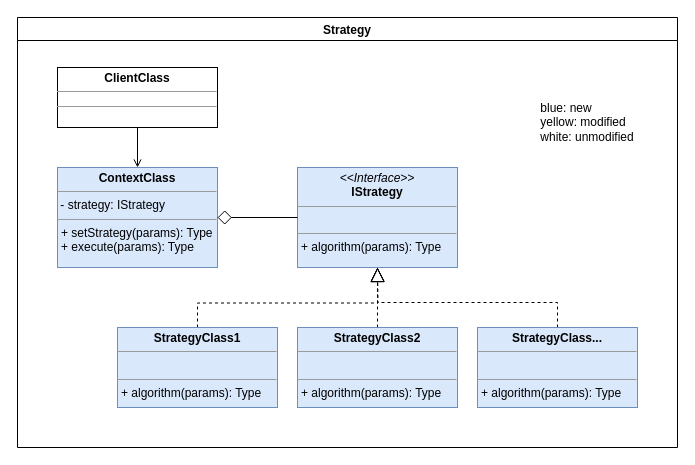
Earlier version of the draw.io diagram page "Behavioral" (3 of 3) of uploads/DesignPatternDiagrams.drawio (LuisCarlosRojasTorres/NetCore-DesignPatterns). Source tidied: cells renumbered, new cells numbered last; positions are measured from the earlier drawing's top-left corner, leaving out a move shared by most shapes. Both pictures are drawn from the tidied source at 100%, with x=0, y=0 at pixel (17, 17).
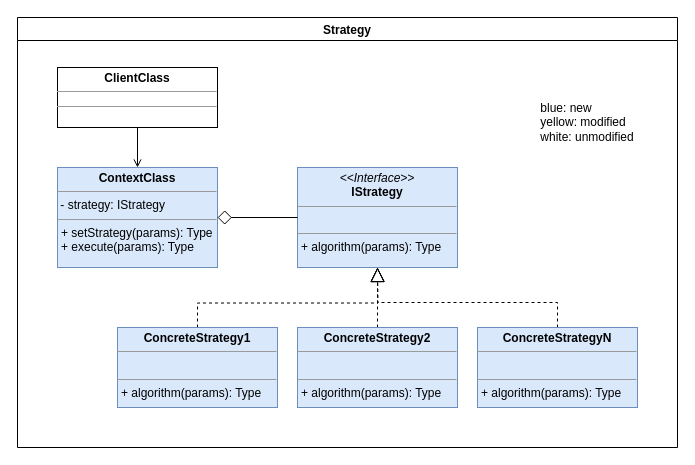
Above is the later version.

Commit message (it also covers changes not shown here):
Strategy Design Pattern

Diff of the diagram source:
```diff
@@
 <mxGraphModel>
   <root>
     <mxCell id="0" />
     <mxCell id="1" parent="0" />
     <mxCell id="2" value="Strategy" style="swimlane;" parent="1" vertex="1">
       <mxGeometry width="660" height="430" as="geometry" />
     </mxCell>
     <mxCell id="3" value="&lt;p style=&quot;margin:0px;margin-top:4px;text-align:center;&quot;&gt;&lt;i&gt;&amp;lt;&amp;lt;Interface&amp;gt;&amp;gt;&lt;/i&gt;&lt;br&gt;&lt;b&gt;IStrategy&lt;/b&gt;&lt;/p&gt;&lt;hr size=&quot;1&quot;&gt;&lt;p style=&quot;margin:0px;margin-left:4px;&quot;&gt;&amp;nbsp;&amp;nbsp;&lt;/p&gt;&lt;hr size=&quot;1&quot;&gt;&lt;p style=&quot;margin:0px;margin-left:4px;&quot;&gt;+ algorithm(params): Type&lt;br&gt;&lt;br&gt;&lt;/p&gt;" style="verticalAlign=top;align=left;overflow=fill;fontSize=12;fontFamily=Helvetica;html=1;fillColor=#dae8fc;strokeColor=#6c8ebf;" parent="2" vertex="1">
       <mxGeometry x="280" y="150" width="160" height="100" as="geometry" />
     </mxCell>
     <mxCell id="4" style="edgeStyle=orthogonalEdgeStyle;rounded=0;jettySize=auto;html=1;exitX=0.5;exitY=0;exitDx=0;exitDy=0;dashed=1;endArrow=block;endFill=0;startSize=6;endSize=12;fillColor=#dae8fc;strokeColor=#000000;" parent="2" edge="1" source="5">
       <mxGeometry relative="1" as="geometry">
         <mxPoint x="360" y="250" as="targetPoint" />
       </mxGeometry>
     </mxCell>
-    <mxCell id="5" value="&lt;p style=&quot;margin:0px;margin-top:4px;text-align:center;&quot;&gt;&lt;b&gt;StrategyClass1&lt;/b&gt;&lt;/p&gt;&lt;hr size=&quot;1&quot;&gt;&lt;p style=&quot;margin:0px;margin-left:4px;&quot;&gt;&amp;nbsp;&amp;nbsp;&lt;/p&gt;&lt;hr size=&quot;1&quot;&gt;&lt;p style=&quot;margin:0px;margin-left:4px;&quot;&gt;+ algorithm(params): Type&lt;br&gt;&lt;br&gt;&lt;/p&gt;" style="verticalAlign=top;align=left;overflow=fill;fontSize=12;fontFamily=Helvetica;html=1;fillColor=#dae8fc;strokeColor=#6c8ebf;" parent="2" vertex="1">
+    <mxCell id="5" value="&lt;p style=&quot;margin:0px;margin-top:4px;text-align:center;&quot;&gt;&lt;b&gt;ConcreteStrategy1&lt;/b&gt;&lt;/p&gt;&lt;hr size=&quot;1&quot;&gt;&lt;p style=&quot;margin:0px;margin-left:4px;&quot;&gt;&amp;nbsp;&amp;nbsp;&lt;/p&gt;&lt;hr size=&quot;1&quot;&gt;&lt;p style=&quot;margin:0px;margin-left:4px;&quot;&gt;+ algorithm(params): Type&lt;br&gt;&lt;br&gt;&lt;/p&gt;" style="verticalAlign=top;align=left;overflow=fill;fontSize=12;fontFamily=Helvetica;html=1;fillColor=#dae8fc;strokeColor=#6c8ebf;" parent="2" vertex="1">
       <mxGeometry x="100" y="310" width="160" height="80" as="geometry" />
     </mxCell>
     <mxCell id="6" style="edgeStyle=orthogonalEdgeStyle;rounded=0;jettySize=auto;html=1;exitX=0.5;exitY=0;exitDx=0;exitDy=0;dashed=1;endArrow=block;endFill=0;startSize=6;endSize=12;fillColor=#dae8fc;strokeColor=#000000;" parent="2" edge="1" source="7" target="3">
       <mxGeometry relative="1" as="geometry" />
     </mxCell>
-    <mxCell id="7" value="&lt;p style=&quot;margin:0px;margin-top:4px;text-align:center;&quot;&gt;&lt;b&gt;StrategyClass2&lt;/b&gt;&lt;/p&gt;&lt;hr size=&quot;1&quot;&gt;&lt;p style=&quot;margin:0px;margin-left:4px;&quot;&gt;&amp;nbsp;&amp;nbsp;&lt;/p&gt;&lt;hr size=&quot;1&quot;&gt;&lt;p style=&quot;margin:0px;margin-left:4px;&quot;&gt;+ algorithm(params): Type&lt;br&gt;&lt;br&gt;&lt;/p&gt;" style="verticalAlign=top;align=left;overflow=fill;fontSize=12;fontFamily=Helvetica;html=1;fillColor=#dae8fc;strokeColor=#6c8ebf;" parent="2" vertex="1">
+    <mxCell id="7" value="&lt;p style=&quot;margin:0px;margin-top:4px;text-align:center;&quot;&gt;&lt;b&gt;ConcreteStrategy2&lt;/b&gt;&lt;/p&gt;&lt;hr size=&quot;1&quot;&gt;&lt;p style=&quot;margin:0px;margin-left:4px;&quot;&gt;&amp;nbsp;&amp;nbsp;&lt;/p&gt;&lt;hr size=&quot;1&quot;&gt;&lt;p style=&quot;margin:0px;margin-left:4px;&quot;&gt;+ algorithm(params): Type&lt;br&gt;&lt;br&gt;&lt;/p&gt;" style="verticalAlign=top;align=left;overflow=fill;fontSize=12;fontFamily=Helvetica;html=1;fillColor=#dae8fc;strokeColor=#6c8ebf;" parent="2" vertex="1">
       <mxGeometry x="280" y="310" width="160" height="80" as="geometry" />
     </mxCell>
     <mxCell id="8" style="edgeStyle=orthogonalEdgeStyle;rounded=0;jettySize=auto;html=1;exitX=0.5;exitY=0;exitDx=0;exitDy=0;entryX=0.5;entryY=1;entryDx=0;entryDy=0;dashed=1;endArrow=block;endFill=0;startSize=6;endSize=12;fillColor=#dae8fc;strokeColor=#000000;" parent="2" edge="1" source="9" target="3">
       <mxGeometry relative="1" as="geometry" />
     </mxCell>
-    <mxCell id="9" value="&lt;p style=&quot;margin:0px;margin-top:4px;text-align:center;&quot;&gt;&lt;b&gt;StrategyClass...&lt;/b&gt;&lt;/p&gt;&lt;hr size=&quot;1&quot;&gt;&lt;p style=&quot;margin:0px;margin-left:4px;&quot;&gt;&amp;nbsp;&amp;nbsp;&lt;/p&gt;&lt;hr size=&quot;1&quot;&gt;&lt;p style=&quot;margin:0px;margin-left:4px;&quot;&gt;+ algorithm(params): Type&lt;br&gt;&lt;br&gt;&lt;/p&gt;" style="verticalAlign=top;align=left;overflow=fill;fontSize=12;fontFamily=Helvetica;html=1;fillColor=#dae8fc;strokeColor=#6c8ebf;" parent="2" vertex="1">
+    <mxCell id="9" value="&lt;p style=&quot;margin:0px;margin-top:4px;text-align:center;&quot;&gt;&lt;b&gt;ConcreteStrategyN&lt;/b&gt;&lt;/p&gt;&lt;hr size=&quot;1&quot;&gt;&lt;p style=&quot;margin:0px;margin-left:4px;&quot;&gt;&amp;nbsp;&amp;nbsp;&lt;/p&gt;&lt;hr size=&quot;1&quot;&gt;&lt;p style=&quot;margin:0px;margin-left:4px;&quot;&gt;+ algorithm(params): Type&lt;br&gt;&lt;br&gt;&lt;/p&gt;" style="verticalAlign=top;align=left;overflow=fill;fontSize=12;fontFamily=Helvetica;html=1;fillColor=#dae8fc;strokeColor=#6c8ebf;" parent="2" vertex="1">
       <mxGeometry x="460" y="310" width="160" height="80" as="geometry" />
     </mxCell>
     <mxCell id="10" value="&lt;p style=&quot;margin:0px;margin-top:4px;text-align:center;&quot;&gt;&lt;b&gt;ContextClass&lt;/b&gt;&lt;/p&gt;&lt;hr size=&quot;1&quot;&gt;&lt;p style=&quot;margin:0px;margin-left:4px;&quot;&gt;&lt;/p&gt;&amp;nbsp;- strategy: IStrategy&lt;hr size=&quot;1&quot;&gt;&lt;p style=&quot;margin:0px;margin-left:4px;&quot;&gt;+ setStrategy(params): Type&lt;/p&gt;&lt;p style=&quot;margin:0px;margin-left:4px;&quot;&gt;+ execute(params): Type&lt;br&gt;&lt;br&gt;&lt;/p&gt;" style="verticalAlign=top;align=left;overflow=fill;fontSize=12;fontFamily=Helvetica;html=1;fillColor=#dae8fc;strokeColor=#6c8ebf;" parent="2" vertex="1">
       <mxGeometry x="40" y="150" width="160" height="100" as="geometry" />
     </mxCell>
     <mxCell id="11" style="edgeStyle=orthogonalEdgeStyle;rounded=0;jettySize=auto;html=1;exitX=0;exitY=0.5;exitDx=0;exitDy=0;entryX=1;entryY=0.5;entryDx=0;entryDy=0;endArrow=diamond;endFill=0;startSize=6;endSize=12;fillColor=#dae8fc;strokeColor=#000000;" parent="2" edge="1" source="3" target="10">
       <mxGeometry relative="1" as="geometry" />
     </mxCell>
     <mxCell id="12" style="edgeStyle=orthogonalEdgeStyle;rounded=0;jettySize=auto;html=1;exitX=0.5;exitY=1;exitDx=0;exitDy=0;endArrow=open;endFill=0;startSize=6;endSize=6;" parent="2" edge="1" source="13" target="10">
       <mxGeometry relative="1" as="geometry" />
     </mxCell>
     <mxCell id="13" value="&lt;p style=&quot;margin:0px;margin-top:4px;text-align:center;&quot;&gt;&lt;b&gt;ClientClass&lt;/b&gt;&lt;/p&gt;&lt;hr size=&quot;1&quot;&gt;&lt;div style=&quot;height:2px;&quot;&gt;&lt;/div&gt;&lt;hr size=&quot;1&quot;&gt;&lt;div style=&quot;height:2px;&quot;&gt;&lt;/div&gt;" style="verticalAlign=top;align=left;overflow=fill;fontSize=12;fontFamily=Helvetica;html=1;" parent="2" vertex="1">
       <mxGeometry x="40" y="50" width="160" height="60" as="geometry" />
     </mxCell>
     <mxCell id="14" value="&lt;div style=&quot;text-align: left;&quot;&gt;&lt;span style=&quot;background-color: initial;&quot;&gt;blue: new&amp;nbsp;&lt;/span&gt;&lt;/div&gt;&lt;div style=&quot;text-align: left;&quot;&gt;&lt;span style=&quot;background-color: initial;&quot;&gt;yellow: modified&lt;/span&gt;&lt;/div&gt;&lt;div style=&quot;text-align: left;&quot;&gt;&lt;span style=&quot;background-color: initial;&quot;&gt;white: unmodified&lt;/span&gt;&lt;/div&gt;" style="text;html=1;strokeColor=none;fillColor=none;align=center;verticalAlign=middle;whiteSpace=wrap;rounded=0;" parent="2" vertex="1">
       <mxGeometry x="520" y="90" width="100" height="30" as="geometry" />
     </mxCell>
   </root>
 </mxGraphModel>
```
